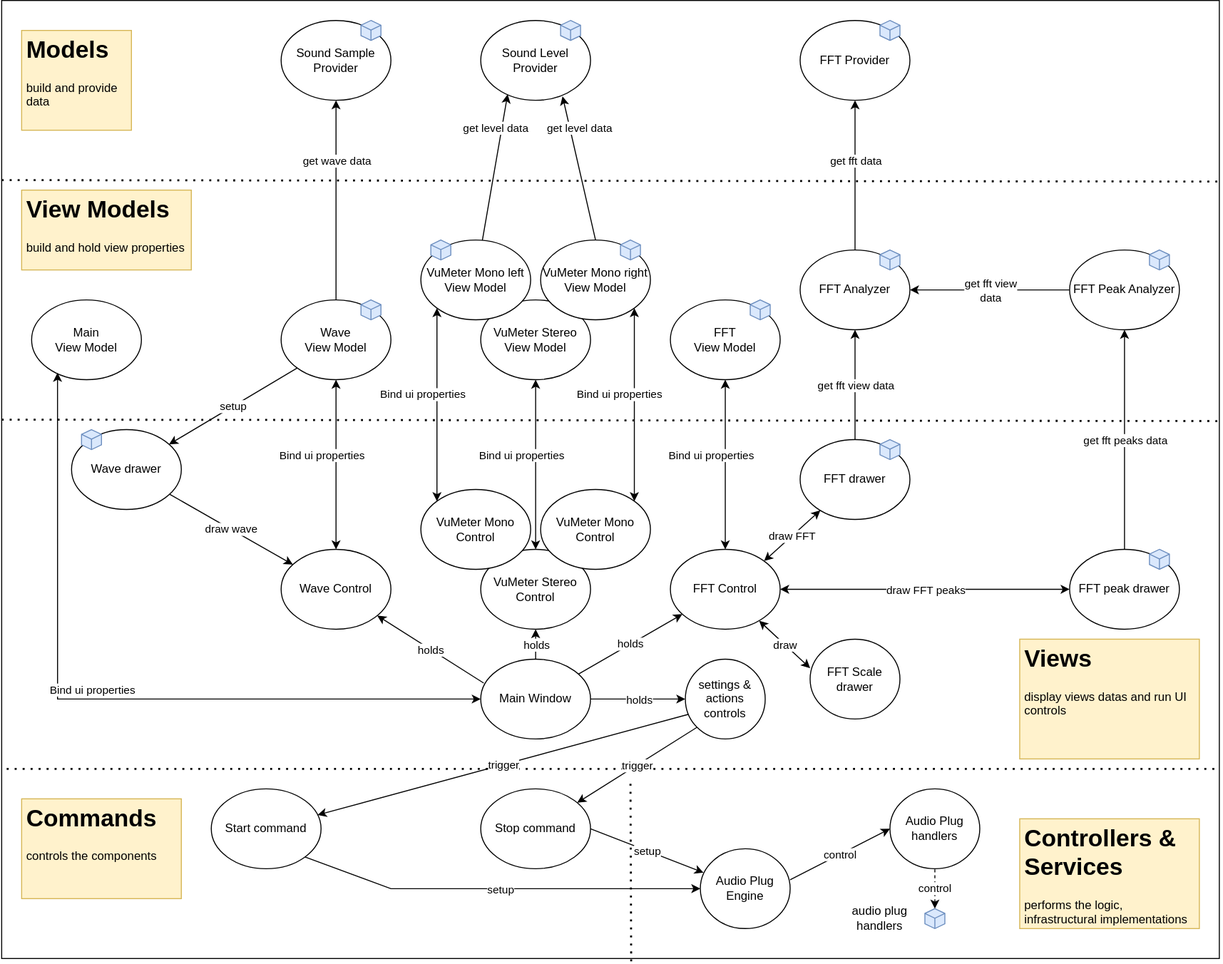
The draw.io diagram Doc/components1.drawio.svg in franck-gaspoz/WindowsAudioSessionSample, before a commit. Source tidied: cells renumbered, new cells last; positions are measured from the earlier drawing's top-left corner, leaving out a move shared by most shapes.
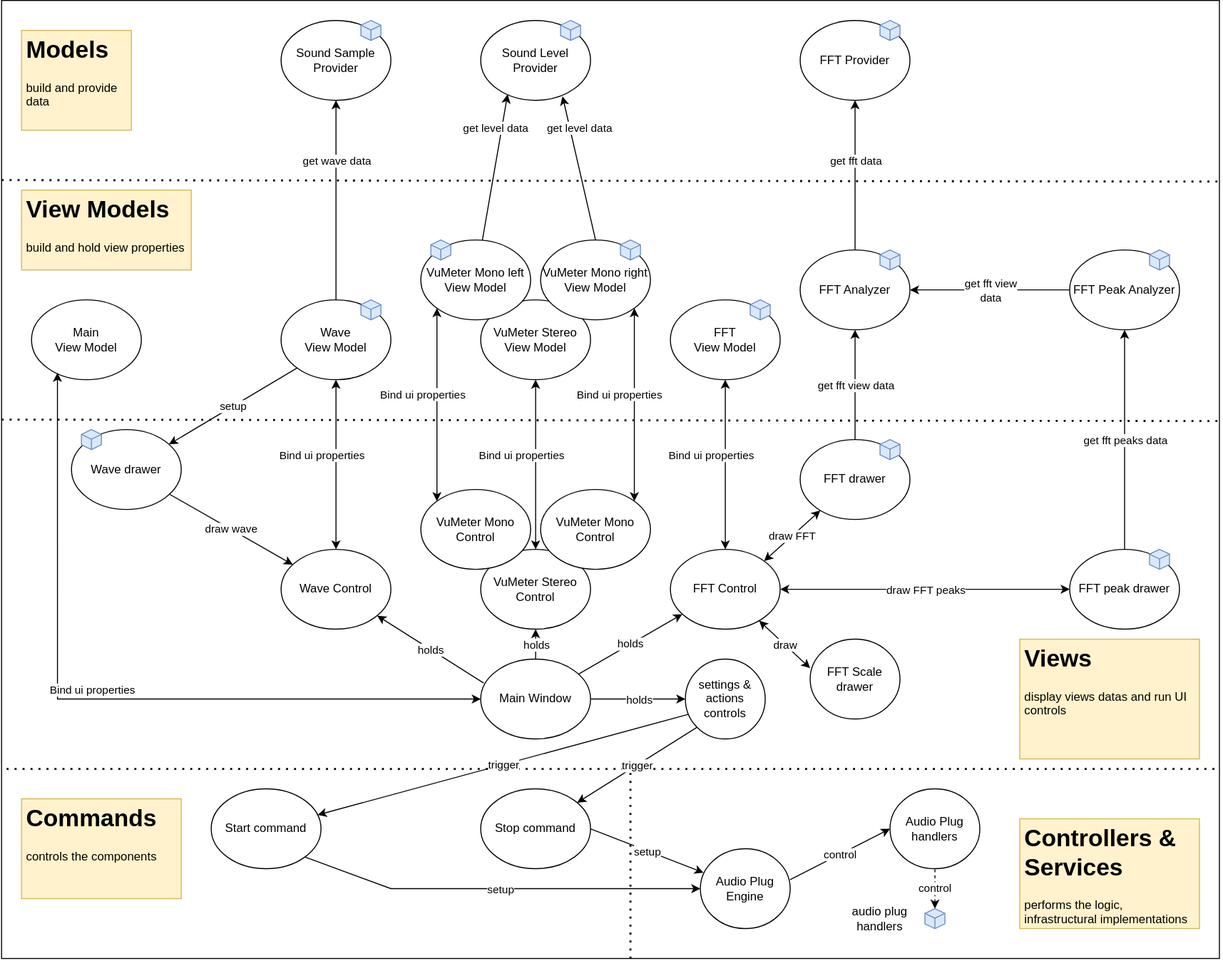
The same diagram one commit later.

What changed in the source:
```diff
@@ -270,9 +270,10 @@
     <mxCell id="79" value="trigger" style="edgeLabel;html=1;align=center;verticalAlign=middle;" parent="78" vertex="1">
       <mxGeometry relative="1" as="geometry" />
     </mxCell>
-    <mxCell id="80" style="endArrow=none;dashed=1;html=1;dashPattern=1 3;strokeWidth=2;rounded=0;exitX=0.517;exitY=1.003;exitDx=0;exitDy=0;exitPerimeter=0;" parent="1" edge="1" source="2">
+    <mxCell id="80" style="endArrow=none;dashed=1;html=1;dashPattern=1 3;strokeWidth=2;rounded=0;" parent="1" edge="1">
       <mxGeometry relative="1" as="geometry">
-        <mxPoint x="630" y="780" as="targetPoint" />
+        <mxPoint x="630" y="960" as="sourcePoint" />
+        <mxPoint x="630" y="770" as="targetPoint" />
       </mxGeometry>
     </mxCell>
     <mxCell id="81" value="&lt;h1&gt;Controllers &amp;amp; Services&lt;/h1&gt;&lt;p&gt;performs the logic, infrastructural implementations&lt;/p&gt;" style="text;html=1;strokeColor=#d6b656;fillColor=#fff2cc;spacing=5;spacingTop=-20;whiteSpace=wrap;overflow=hidden;rounded=0;" parent="1" vertex="1">
```
